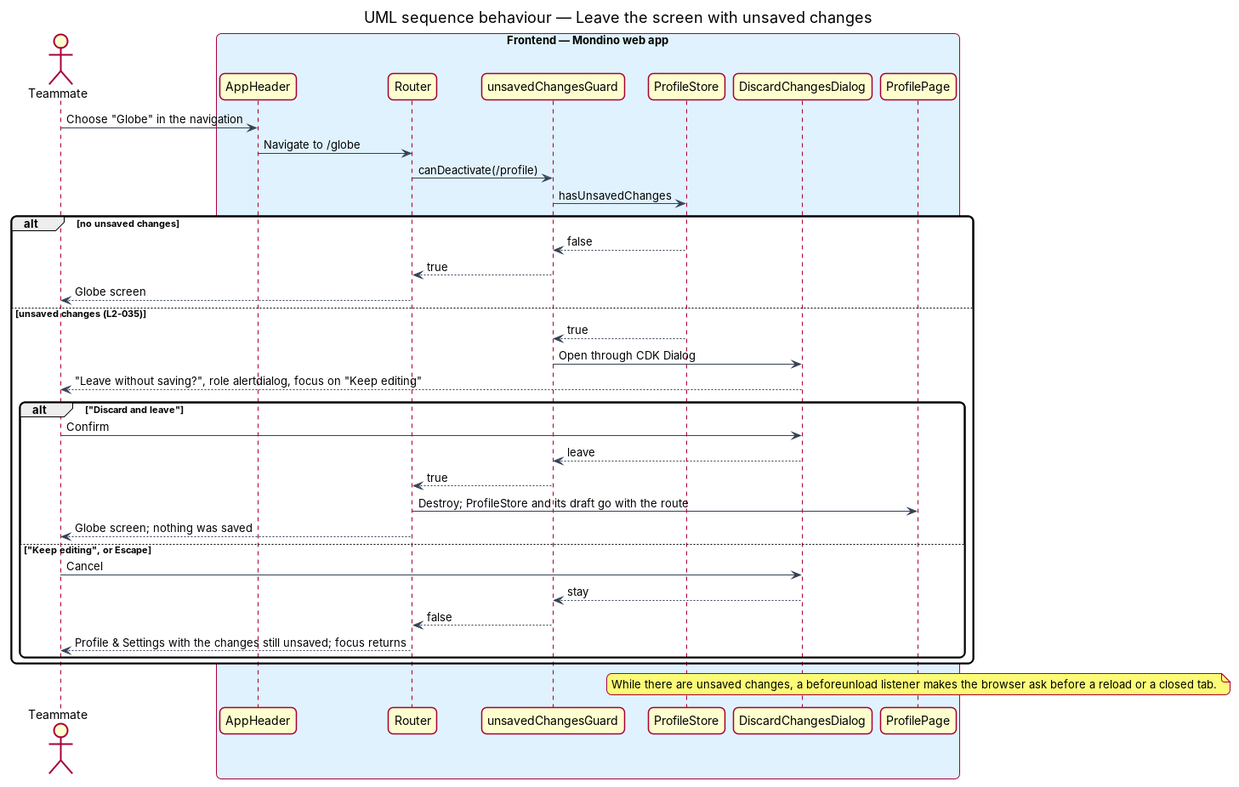
Above: docs/detailed-designs/profile/choose-display-and-sharing/diagrams/sequence-leave-with-unsaved-changes.png in QuinntyneBrown/Mondino (PlantUML), before the change. Its source is kept beside it as docs/detailed-designs/profile/choose-display-and-sharing/diagrams/sequence-leave-with-unsaved-changes.puml.
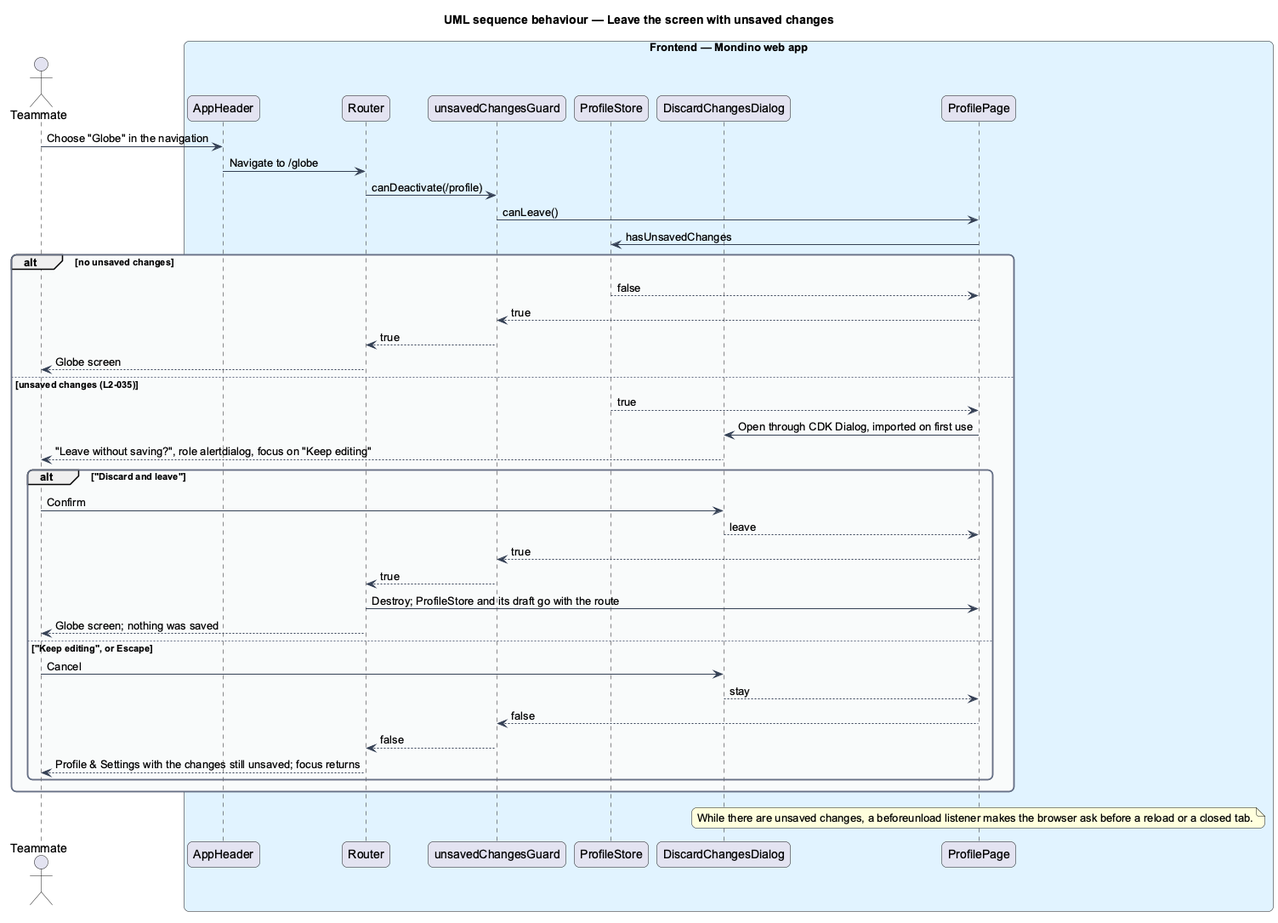
After the commit.

The edit, as a diff of the source:
```diff
@@ -26,24 +26,28 @@
 actor -> shell : Choose "Globe" in the navigation
 shell -> router : Navigate to /globe
 router -> guard : canDeactivate(/profile)
-guard -> store : hasUnsavedChanges
+guard -> page : canLeave()
+page -> store : hasUnsavedChanges
 alt no unsaved changes
-  store --> guard : false
+  store --> page : false
+  page --> guard : true
   guard --> router : true
   router --> actor : Globe screen
 else unsaved changes (L2-035)
-  store --> guard : true
-  guard -> dialog : Open through CDK Dialog
+  store --> page : true
+  page -> dialog : Open through CDK Dialog, imported on first use
   dialog --> actor : "Leave without saving?", role alertdialog, focus on "Keep editing"
   alt "Discard and leave"
     actor -> dialog : Confirm
-    dialog --> guard : leave
+    dialog --> page : leave
+    page --> guard : true
     guard --> router : true
     router -> page : Destroy; ProfileStore and its draft go with the route
     router --> actor : Globe screen; nothing was saved
   else "Keep editing", or Escape
     actor -> dialog : Cancel
-    dialog --> guard : stay
+    dialog --> page : stay
+    page --> guard : false
     guard --> router : false
     router --> actor : Profile & Settings with the changes still unsaved; focus returns
   end
```
